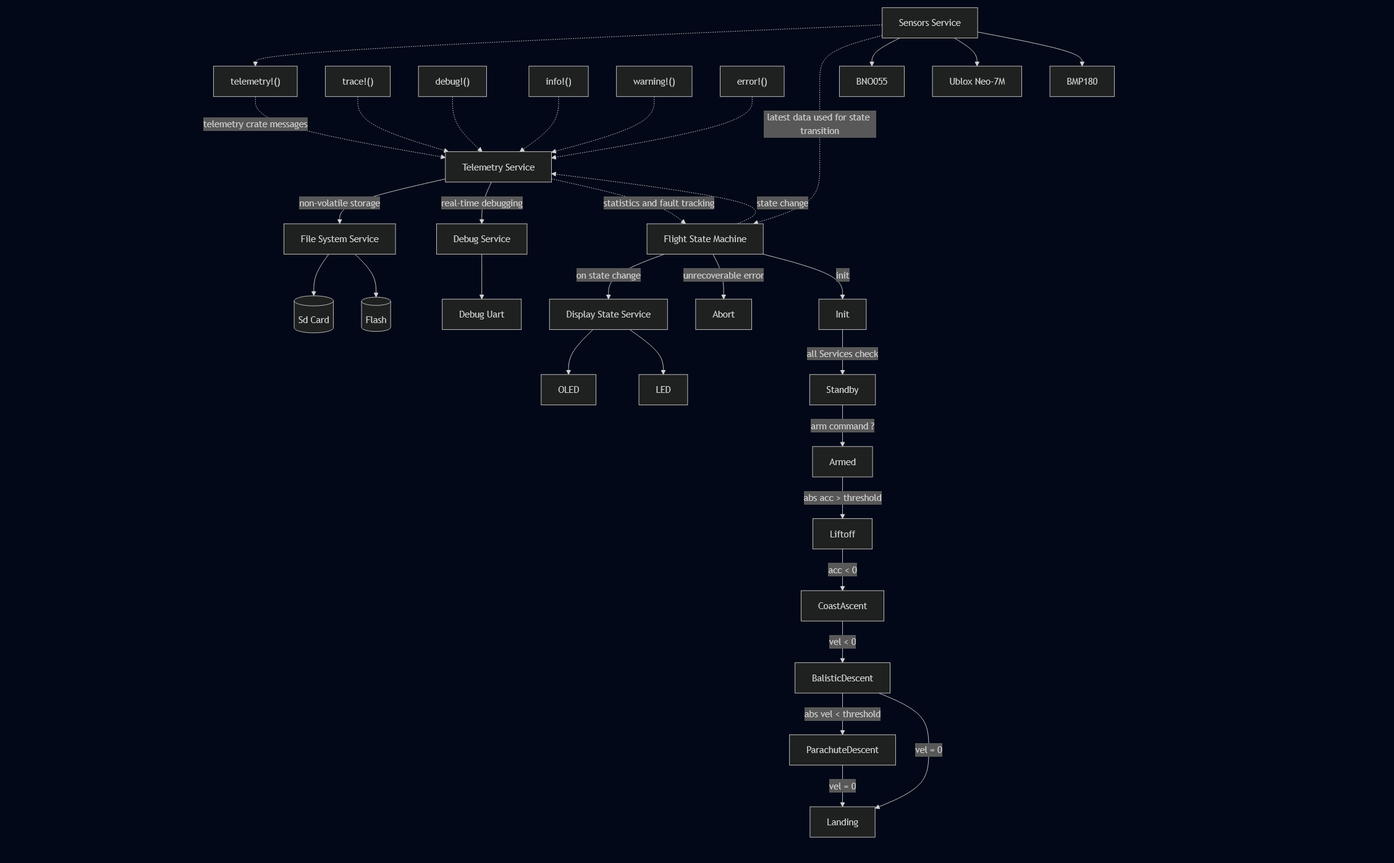
Earlier version of the Mermaid export docs/Architecture.png (PedromcaMartins/Model-Rocket-Flight-Computer). Its source is kept beside it as docs/architecture.mmd.
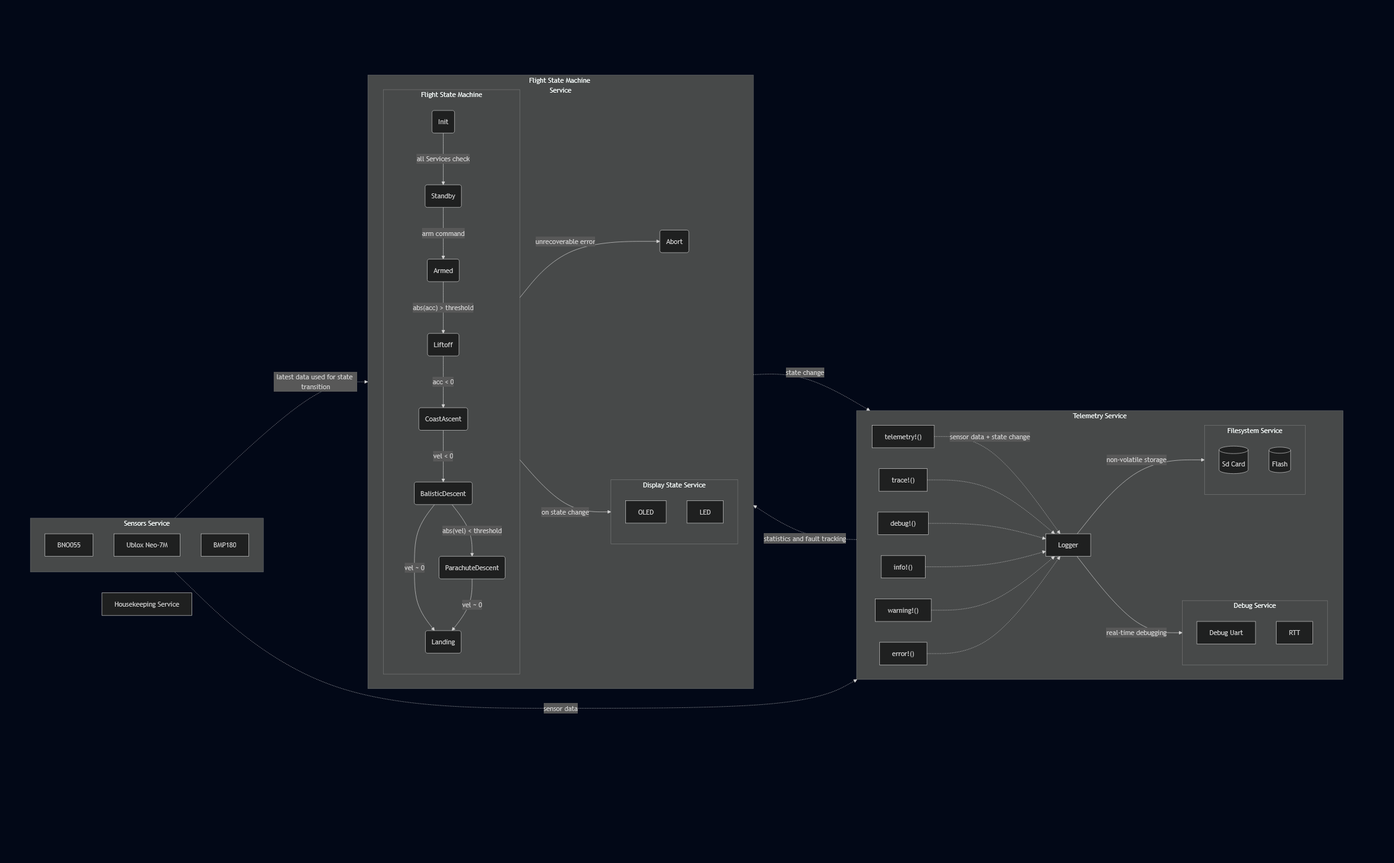
After the change.

Commit message:
refactor diagram: adding subgraphs

Change to the diagram source:
```diff
@@ -1,57 +1,68 @@
-flowchart TD
-    macro_telemetry["telemetry!()"] -.telemetry crate messages.-> TelemService
-    macro_trace["trace!()"] -.-> TelemService
-    macro_debug["debug!()"] -.-> TelemService
-    macro_info["info!()"] -.-> TelemService
-    macro_warning["warning!()"] -.-> TelemService
-    macro_error["error!()"] -.-> TelemService
-    TelemService[Telemetry Service]
-    TelemService --non-volatile storage--> FileSystem
-    TelemService --real-time debugging--> DebugService
-    TelemService -.statistics and fault tracking.-> State
+flowchart LR
+    HouseKeepingService[Housekeeping Service]
 
-    FileSystem[File System Service]
-    FileSystem --> SdCard
-    FileSystem --> Flash
+    SensorsService -.latest data used for state transition.-> StateMachineService
+    TelemetryService -.statistics and fault tracking.-> StateMachineService
 
-    IMU[BNO055]
-    GPS[Ublox Neo-7M]
-    Barometer[BMP180]
-    DebugUart[Debug Uart]
-    SdCard[(Sd Card)]
-    Flash[(Flash)]
-    OLED
-    LED
+    StateMachineService -.state change.-> TelemetryService
+    SensorsService -.sensor data.-> TelemetryService
 
-    DebugService[Debug Service]
-    DebugService --> DebugUart
+    subgraph SensorsService[Sensors Service]
+        IMU[BNO055]
+        GPS[Ublox Neo-7M]
+        Barometer[BMP180]
+    end
 
-    State[Flight State Machine]
-    State --"on state change"--> DisplayStateService
-    State --unrecoverable error--> Abort
+    subgraph TelemetryService[Telemetry Service]
+        direction LR
+        macro_telemetry["telemetry!()"] -."sensor data + state change".-> Logger
+        macro_trace["trace!()"] -.-> Logger
+        macro_debug["debug!()"] -.-> Logger
+        macro_info["info!()"] -.-> Logger
+        macro_warning["warning!()"] -.-> Logger
+        macro_error["error!()"] -.-> Logger
 
-    DisplayStateService[Display State Service]
-    DisplayStateService --> OLED
-    DisplayStateService --> LED
+        Logger --real-time debugging--> DebugService
+        Logger --non-volatile storage--> FileSystemService
 
-    State --init--> Init
-    Init --all Services check--> Standby
-    Standby --arm command ?--> Armed
-    Armed --abs acc > threshold--> Liftoff
-    Liftoff --acc < 0--> CoastAscent
-    CoastAscent --vel < 0--> BalisticDescent
-    BalisticDescent --abs vel < threshold --> ParachuteDescent
-    BalisticDescent --vel = 0 --> Landing
-    ParachuteDescent --vel = 0--> Landing
-    State -.state change.-> TelemService
+        Logger[Logger]
 
-    SensorsService[Sensors Service]
-    SensorsService -.-> macro_telemetry
-    SensorsService -.latest data used for state transition.-> State
-    SensorsService --> IMU
-    SensorsService --> GPS
-    SensorsService --> Barometer
+        subgraph DebugService[Debug Service]
+            direction TB
+            DebugUart[Debug Uart]
+            DebugRTT[RTT]
+        end
 
+        subgraph FileSystemService[Filesystem Service]
+            direction TB
+            SdCard[(Sd Card)]
+            Flash[(Flash)]
+        end
+    end
 
+    subgraph StateMachineService[Flight State Machine Service]
+        direction LR
+        StateMachine --unrecoverable error--> Abort
+        StateMachine --"on state change"--> DisplayStateService
 
+        Abort(Abort)
 
+        subgraph DisplayStateService[Display State Service]
+            direction TB
+            OLED
+            LED
+        end
+
+        subgraph StateMachine[Flight State Machine]
+            direction TB
+            Init(Init) --all Services check--> Standby
+            Standby(Standby) --arm command--> Armed
+            Armed(Armed) --"abs(acc) > threshold"--> Liftoff
+            Liftoff(Liftoff) --acc < 0--> CoastAscent
+            CoastAscent(CoastAscent) --vel < 0--> BalisticDescent
+            BalisticDescent(BalisticDescent) --"abs(vel) < threshold"--> ParachuteDescent
+            BalisticDescent(BalisticDescent) --"vel ~ 0"--> Landing
+            ParachuteDescent(ParachuteDescent) --"vel ~ 0"--> Landing
+            Landing(Landing)
+        end
+    end
```
